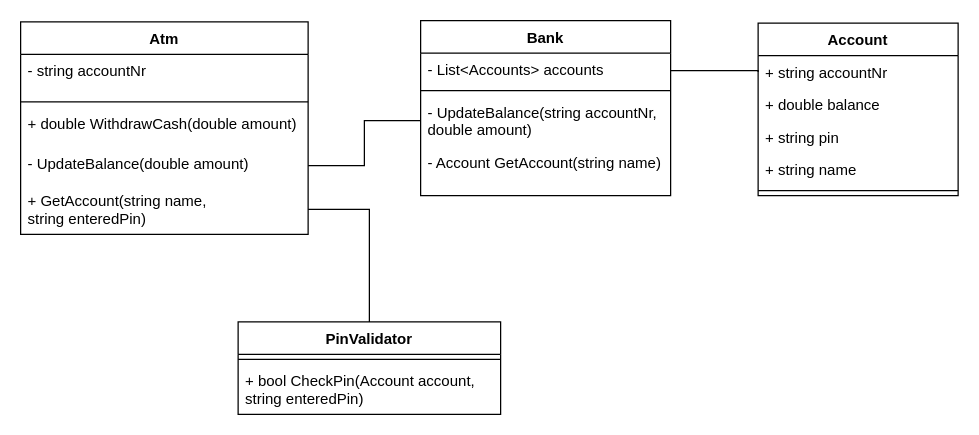
Above: Dokumentation/ClassDiagram.drawio in NansyT/Atm (draw.io), before the change. Source tidied: cells renumbered, new cells numbered last; positions are measured from the earlier drawing's top-left corner, leaving out a move shared by most shapes. Both pictures are drawn from the tidied source at 125%, with x=0, y=0 at pixel (20, 20).
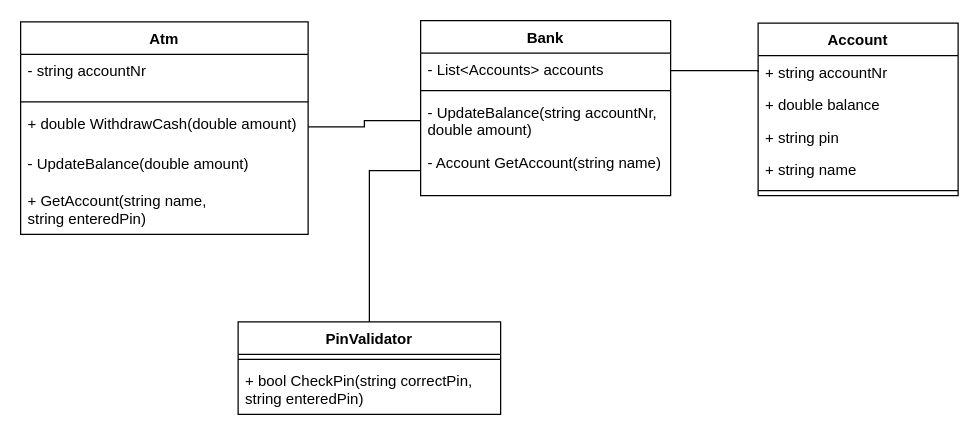
Above is the later version.

The change refers to these unchanged cells:
```xml
<mxCell id="5" value="+ double WithdrawCash(double amount)" style="text;strokeColor=none;fillColor=none;align=left;verticalAlign=top;spacingLeft=4;spacingRight=4;overflow=hidden;points=[[0,0.5],[1,0.5]];portConstraint=eastwest;" parent="2" vertex="1">
  <mxGeometry y="68" width="230" height="32" as="geometry" />
</mxCell>
<mxCell id="6" value="- UpdateBalance(double amount)" style="text;strokeColor=none;fillColor=none;align=left;verticalAlign=top;spacingLeft=4;spacingRight=4;overflow=hidden;points=[[0,0.5],[1,0.5]];portConstraint=eastwest;" parent="2" vertex="1">
  <mxGeometry y="100" width="230" height="30" as="geometry" />
</mxCell>
<mxCell id="7" value="+ GetAccount(string name,&#10;string enteredPin)" style="text;strokeColor=none;fillColor=none;align=left;verticalAlign=top;spacingLeft=4;spacingRight=4;overflow=hidden;points=[[0,0.5],[1,0.5]];portConstraint=eastwest;" parent="2" vertex="1">
  <mxGeometry y="130" width="230" height="40" as="geometry" />
</mxCell>
<mxCell id="15" value="PinValidator" style="swimlane;fontStyle=1;align=center;verticalAlign=top;horizontal=1;startSize=26;" parent="1" vertex="1">
  <mxGeometry x="174" y="241" width="210" height="74" as="geometry" />
</mxCell>
<mxCell id="21" value="- UpdateBalance(string accountNr,&#10;double amount)" style="text;strokeColor=none;fillColor=none;align=left;verticalAlign=top;spacingLeft=4;spacingRight=4;overflow=hidden;points=[[0,0.5],[1,0.5]];portConstraint=eastwest;" parent="18" vertex="1">
  <mxGeometry y="60" width="200" height="40" as="geometry" />
</mxCell>
<mxCell id="22" value="- Account GetAccount(string name)" style="text;strokeColor=none;fillColor=none;align=left;verticalAlign=top;spacingLeft=4;spacingRight=4;overflow=hidden;points=[[0,0.5],[1,0.5]];portConstraint=eastwest;" parent="18" vertex="1">
  <mxGeometry y="100" width="200" height="40" as="geometry" />
</mxCell>
```

Change to the diagram source:
```diff
@@
-    <mxCell id="14" style="edgeStyle=orthogonalEdgeStyle;rounded=0;jettySize=auto;html=1;exitX=0.5;exitY=0;exitDx=0;exitDy=0;endArrow=none;endFill=0;" parent="1" edge="1" source="15" target="7">
-      <mxGeometry relative="1" as="geometry" />
-    </mxCell>
+    <mxCell id="25" style="edgeStyle=orthogonalEdgeStyle;rounded=0;jettySize=auto;html=1;exitX=0.5;exitY=0;exitDx=0;exitDy=0;entryX=0;entryY=0.5;entryDx=0;entryDy=0;endArrow=none;endFill=0;" parent="1" edge="1" source="15" target="22">
+      <mxGeometry relative="1" as="geometry" />
+    </mxCell>
@@
-    <mxCell id="17" value="+ bool CheckPin(Account account,&#10;string enteredPin)" style="text;strokeColor=none;fillColor=none;align=left;verticalAlign=top;spacingLeft=4;spacingRight=4;overflow=hidden;" parent="15" vertex="1">
+    <mxCell id="17" value="+ bool CheckPin(string correctPin,&#10;string enteredPin)" style="text;strokeColor=none;fillColor=none;align=left;verticalAlign=top;spacingLeft=4;spacingRight=4;overflow=hidden;" parent="15" vertex="1">
       <mxGeometry y="34" width="210" height="40" as="geometry" />
     </mxCell>
@@
-    <mxCell id="23" style="edgeStyle=orthogonalEdgeStyle;rounded=0;jettySize=auto;html=1;exitX=0;exitY=0.5;exitDx=0;exitDy=0;entryX=1;entryY=0.5;entryDx=0;entryDy=0;endArrow=none;endFill=0;" parent="1" edge="1" source="21" target="6">
-      <mxGeometry relative="1" as="geometry" />
-    </mxCell>
@@
+    <mxCell id="26" style="edgeStyle=orthogonalEdgeStyle;rounded=0;jettySize=auto;html=1;exitX=1;exitY=0.5;exitDx=0;exitDy=0;entryX=0;entryY=0.5;entryDx=0;entryDy=0;endArrow=none;endFill=0;" parent="1" edge="1" source="5" target="21">
+      <mxGeometry relative="1" as="geometry" />
+    </mxCell>
```
